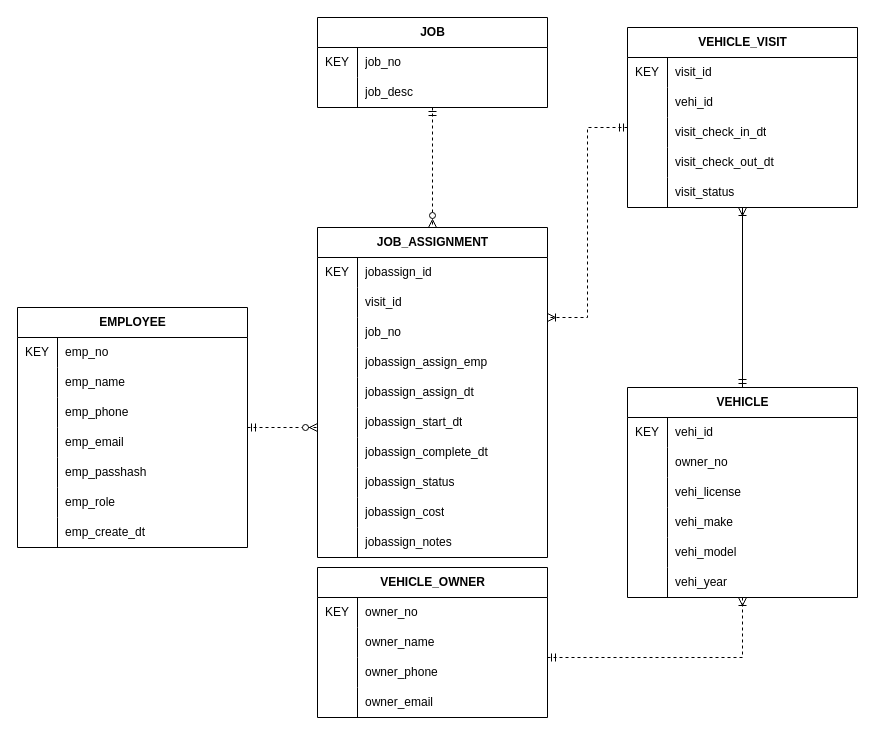
Earlier version of the draw.io diagram page "Conceptual" (2 of 2) of backend/design/erd.drawio (PrimeAutocare/primeautocare). Source tidied: cells renumbered, new cells numbered last; positions are measured from the earlier drawing's top-left corner, leaving out a move shared by most shapes. Both pictures are drawn from the tidied source at 100%, with x=0, y=0 at pixel (17, 17).
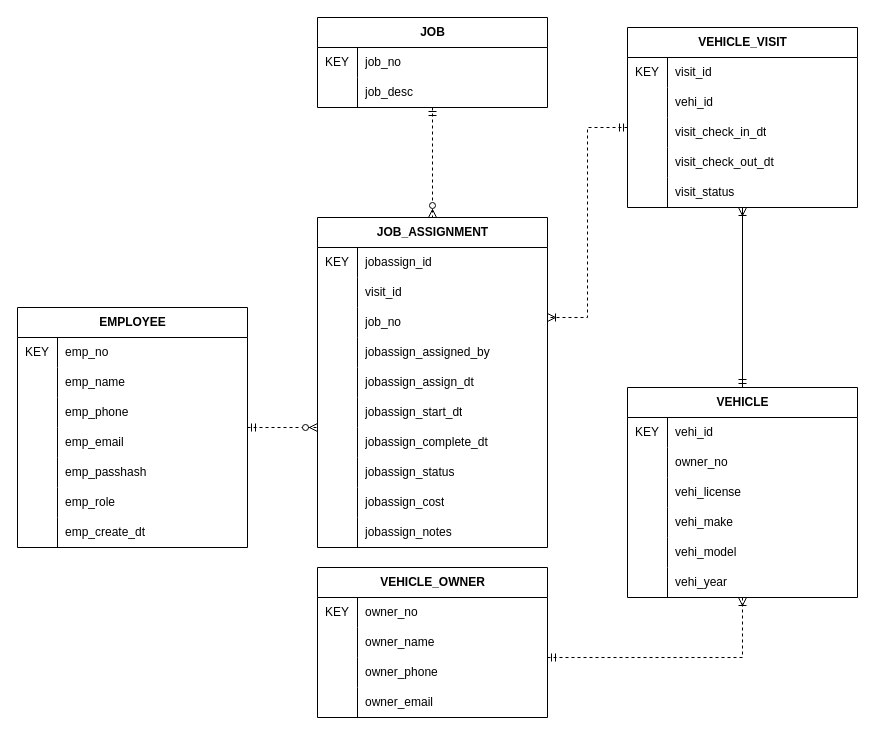
After the change.

Commit message:
Backend ERD: Add the logical model

- Logical model was created with the data types and sizes.
- An Index is also added to show details such as the possible values for status attributes and employee role etc.

Unchanged cells that the change refers to:
```xml
<mxCell id="60" style="shape=tableRow;horizontal=0;startSize=0;swimlaneHead=0;swimlaneBody=0;fillColor=none;top=0;left=0;right=0;bottom=0;" parent="50" vertex="1">
  <mxGeometry y="120" width="230" height="30" as="geometry" />
</mxCell>
```

Change to the diagram source:
```diff
@@
     <mxCell id="50" value="JOB_ASSIGNMENT" style="shape=table;startSize=30;childLayout=tableLayout;rowLines=0;fontStyle=1;align=center;html=1;" parent="1" vertex="1">
-      <mxGeometry x="300" y="210" width="230" height="330" as="geometry" />
+      <mxGeometry x="300" y="200" width="230" height="330" as="geometry" />
     </mxCell>
@@
-    <mxCell id="62" value="jobassign_assign_emp" style="shape=partialRectangle;fillColor=none;top=0;left=0;bottom=0;right=0;align=left;spacingLeft=6;overflow=hidden;whiteSpace=wrap;html=1;" parent="60" vertex="1">
+    <mxCell id="62" value="jobassign_assigned_by" style="shape=partialRectangle;fillColor=none;top=0;left=0;bottom=0;right=0;align=left;spacingLeft=6;overflow=hidden;whiteSpace=wrap;html=1;" parent="60" vertex="1">
       <mxGeometry x="40" width="190" height="30" as="geometry" />
     </mxCell>
```
